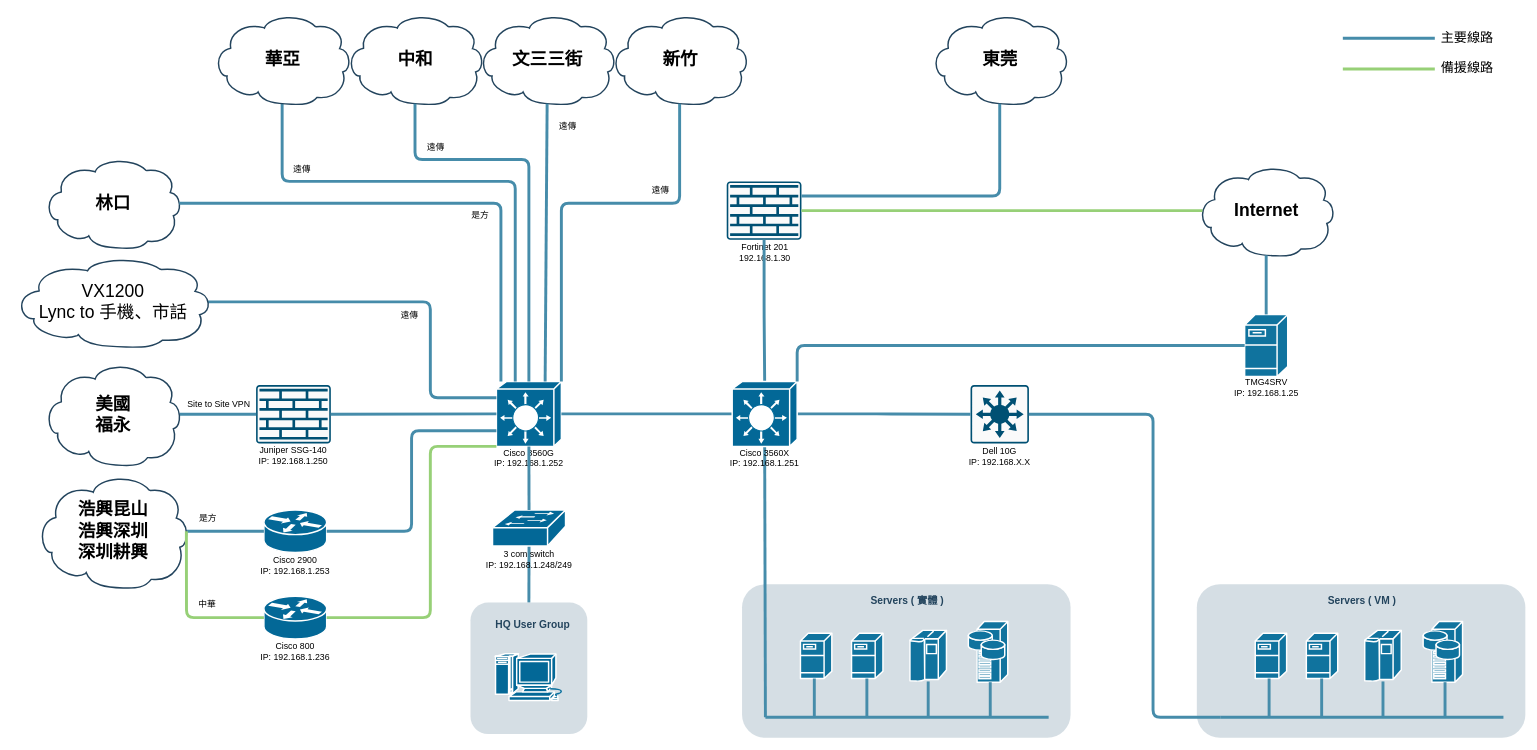
The draw.io diagram HQ-V3.drawio in KevinKuo2519/AI-Prpgram, before the edit. Source tidied: cells renumbered, new cells numbered last; positions are measured from the earlier drawing's top-left corner, leaving out a move shared by most shapes. Both pictures are drawn from the tidied source at 73%, with x=0, y=0 at pixel (13, 13).
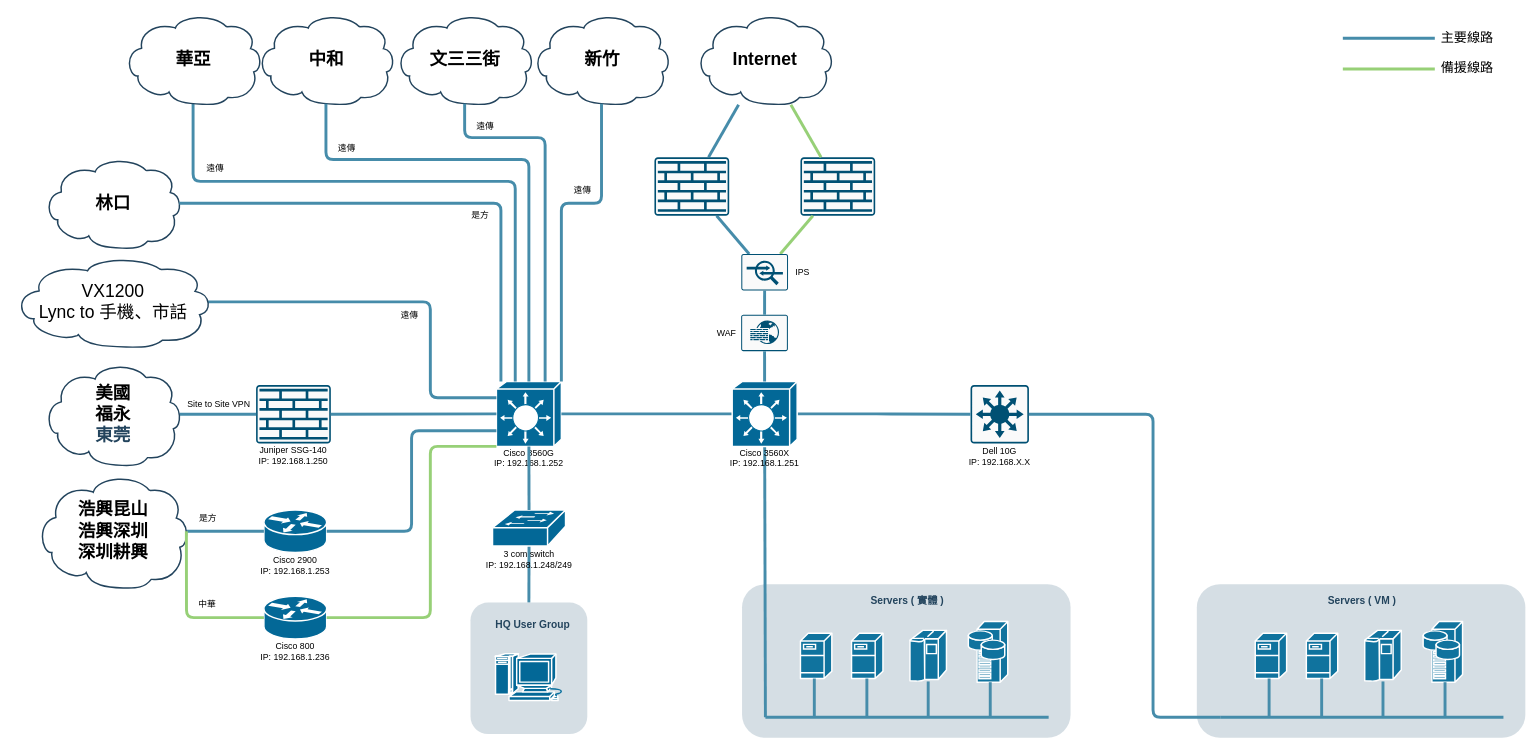
Above is the later version.

Unchanged cells that the change refers to:
```xml
<mxCell id="19" style="shape=mxgraph.cisco.switches.layer_3_switch;sketch=0;html=1;dashed=0;fillColor=#036897;strokeColor=#ffffff;strokeWidth=2;verticalLabelPosition=bottom;verticalAlign=top;align=center;outlineConnect=0;points=[[0,0.25,0,0,0],[0,0.5,0,0,0],[0,0.76,0,0,0],[0,1,0,0,0],[0.07,0,0,0,0],[0.29,0,0,0,0],[0.5,0,0,0,0],[0.5,1,0,0,0],[0.75,0,0,0,0],[0.95,0.94,0,0,0],[1,0,0,0,0],[1,0.5,0,0,0]];" parent="18" vertex="1">
  <mxGeometry x="10.5" width="89" height="89" as="geometry" />
</mxCell>
<mxCell id="67" style="shape=mxgraph.cisco.switches.layer_3_switch;sketch=0;html=1;dashed=0;fillColor=#036897;strokeColor=#ffffff;strokeWidth=2;verticalLabelPosition=bottom;verticalAlign=top;align=center;outlineConnect=0;" parent="66" vertex="1">
  <mxGeometry x="10.5" width="89" height="89" as="geometry" />
</mxCell>
```

Diff of the diagram source:
```diff
@@
-    <mxCell id="33" style="group;" parent="1" vertex="1">
-      <mxGeometry x="976.5" y="230" width="105" height="112" as="geometry" />
-    </mxCell>
-    <mxCell id="34" style="sketch=0;points=[[0.015,0.015,0],[0.985,0.015,0],[0.985,0.985,0],[0.015,0.985,0],[0.25,0,0],[0.5,0,0],[0.75,0,0],[1,0.25,0],[1,0.5,0],[1,0.75,0],[0.75,1,0],[0.5,1,0],[0.25,1,0],[0,0.75,0],[0,0.5,0],[0,0.25,0]];verticalLabelPosition=bottom;html=1;verticalAlign=top;align=center;shape=mxgraph.cisco19.rect;prIcon=firewall;fillColor=#FAFAFA;strokeColor=#005073;" parent="33" vertex="1">
-      <mxGeometry x="0.5" width="102.4" height="80" as="geometry" />
-    </mxCell>
-    <mxCell id="35" value="Fortinet 201&lt;br&gt;192.168.1.30" style="text;html=1;strokeColor=none;fillColor=none;align=center;verticalAlign=middle;whiteSpace=wrap;rounded=0;" parent="33" vertex="1">
-      <mxGeometry y="82" width="105" height="30" as="geometry" />
-    </mxCell>
@@
-    <mxCell id="37" style="rounded=1;jettySize=auto;html=1;entryX=0.5;entryY=0;entryDx=0;entryDy=0;entryPerimeter=0;endArrow=none;endFill=0;strokeWidth=4;strokeColor=#468CAA;edgeStyle=orthogonalEdgeStyle;exitX=0.5;exitY=1;exitDx=0;exitDy=0;exitPerimeter=0;" parent="1" edge="1" source="34" target="67">
+    <mxCell id="37" style="rounded=1;jettySize=auto;html=1;endArrow=none;endFill=0;strokeWidth=4;strokeColor=#468CAA;" parent="1" edge="1" source="106" target="111">
       <mxGeometry relative="1" as="geometry" />
     </mxCell>
@@
-    <mxCell id="70" value="&lt;p style=&quot;margin-top: 0pt; margin-bottom: 0pt; margin-left: 0in; direction: ltr; unicode-bidi: embed; word-break: normal; font-size: 23px;&quot;&gt;&lt;/p&gt;&lt;p style=&quot;margin-top: 0pt; margin-bottom: 0pt; margin-left: 0in; direction: ltr; unicode-bidi: embed; word-break: normal;&quot;&gt;&lt;span style=&quot;font-size: 18pt; color: rgb(0, 0, 0); background-color: initial;&quot;&gt;美國&lt;/span&gt;&lt;br&gt;&lt;/p&gt;&lt;p style=&quot;margin-top: 0pt; margin-bottom: 0pt; margin-left: 0in; direction: ltr; unicode-bidi: embed; word-break: normal;&quot;&gt;&lt;span style=&quot;color: rgb(0, 0, 0); font-size: 18pt; background-color: initial;&quot;&gt;福永&lt;/span&gt;&lt;font color=&quot;#000000&quot;&gt;&lt;br&gt;&lt;/font&gt;&lt;/p&gt;" style="shape=mxgraph.cisco.storage.cloud;html=1;dashed=0;strokeColor=#23445D;fillColor=#ffffff;strokeWidth=2;fontFamily=Helvetica;fontSize=24;fontColor=#23445D;align=center;fontStyle=1;" parent="1" vertex="1">
+    <mxCell id="70" value="&lt;p style=&quot;margin-top: 0pt; margin-bottom: 0pt; margin-left: 0in; direction: ltr; unicode-bidi: embed; word-break: normal; font-size: 23px;&quot;&gt;&lt;/p&gt;&lt;p style=&quot;margin-top: 0pt; margin-bottom: 0pt; margin-left: 0in; direction: ltr; unicode-bidi: embed; word-break: normal;&quot;&gt;&lt;span style=&quot;font-size: 18pt; color: rgb(0, 0, 0); background-color: initial;&quot;&gt;美國&lt;/span&gt;&lt;br&gt;&lt;/p&gt;&lt;p style=&quot;margin-top: 0pt; margin-bottom: 0pt; margin-left: 0in; direction: ltr; unicode-bidi: embed; word-break: normal;&quot;&gt;&lt;span style=&quot;color: rgb(0, 0, 0); font-size: 18pt; background-color: initial;&quot;&gt;福永&lt;/span&gt;&lt;font color=&quot;#000000&quot;&gt;&lt;br&gt;&lt;/font&gt;&lt;/p&gt;&lt;p style=&quot;margin-top: 0pt; margin-bottom: 0pt; margin-left: 0in; direction: ltr; unicode-bidi: embed; word-break: normal;&quot;&gt;東莞&lt;span style=&quot;color: rgb(0, 0, 0); font-size: 18pt; background-color: initial;&quot;&gt;&lt;br&gt;&lt;/span&gt;&lt;/p&gt;" style="shape=mxgraph.cisco.storage.cloud;html=1;dashed=0;strokeColor=#23445D;fillColor=#ffffff;strokeWidth=2;fontFamily=Helvetica;fontSize=24;fontColor=#23445D;align=center;fontStyle=1;" parent="1" vertex="1">
       <mxGeometry x="41" y="478.2" width="190" height="141.5" as="geometry" />
     </mxCell>
@@
     <mxCell id="73" value="&lt;p style=&quot;margin-top: 0pt; margin-bottom: 0pt; margin-left: 0in; direction: ltr; unicode-bidi: embed; word-break: normal; font-size: 23px;&quot;&gt;&lt;/p&gt;&lt;p style=&quot;margin-top: 0pt; margin-bottom: 0pt; margin-left: 0in; direction: ltr; unicode-bidi: embed; word-break: normal;&quot;&gt;&lt;font color=&quot;#000000&quot;&gt;Internet&lt;/font&gt;&lt;/p&gt;" style="shape=mxgraph.cisco.storage.cloud;html=1;dashed=0;strokeColor=#23445D;fillColor=#ffffff;strokeWidth=2;fontFamily=Helvetica;fontSize=24;fontColor=#23445D;align=center;fontStyle=1;" parent="1" vertex="1">
-      <mxGeometry x="1621" y="207.5" width="190" height="125" as="geometry" />
+      <mxGeometry x="934" width="190" height="125" as="geometry" />
     </mxCell>
-    <mxCell id="74" style="rounded=1;jettySize=auto;html=1;exitX=1;exitY=0.5;exitDx=0;exitDy=0;exitPerimeter=0;strokeColor=#97D077;endArrow=none;endFill=0;strokeWidth=4;entryX=0.04;entryY=0.5;entryDx=0;entryDy=0;entryPerimeter=0;" parent="1" edge="1" source="34" target="73">
-      <mxGeometry relative="1" as="geometry" />
-    </mxCell>
-    <mxCell id="75" style="group;" parent="1" vertex="1">
-      <mxGeometry x="1663.5" y="412.2" width="105" height="115.5" as="geometry" />
-    </mxCell>
-    <mxCell id="76" style="shape=mxgraph.cisco.servers.fileserver;html=1;dashed=0;fillColor=#10739E;strokeColor=#ffffff;strokeWidth=2;verticalLabelPosition=bottom;verticalAlign=top;fontFamily=Helvetica;fontSize=36;fontColor=#FFB366;" parent="75" vertex="1">
-      <mxGeometry x="23" width="59" height="85" as="geometry" />
-    </mxCell>
-    <mxCell id="77" value="TMG4SRV&lt;br&gt;IP: 192.168.1.25" style="text;html=1;strokeColor=none;fillColor=none;align=center;verticalAlign=middle;whiteSpace=wrap;rounded=0;" parent="75" vertex="1">
-      <mxGeometry y="85.5" width="105" height="30" as="geometry" />
-    </mxCell>
-    <mxCell id="78" style="rounded=1;jettySize=auto;html=1;exitX=0.5;exitY=0;exitDx=0;exitDy=0;exitPerimeter=0;entryX=0.5;entryY=0.99;entryDx=0;entryDy=0;entryPerimeter=0;endArrow=none;endFill=0;strokeColor=#468CAA;strokeWidth=4;" parent="1" edge="1" source="76" target="73">
+    <mxCell id="78" style="rounded=1;jettySize=auto;html=1;endArrow=none;endFill=0;strokeColor=#468CAA;strokeWidth=4;" parent="1" edge="1" source="106" target="73">
       <mxGeometry relative="1" as="geometry" />
     </mxCell>
@@
-    <mxCell id="81" style="rounded=1;jettySize=auto;html=1;exitX=0;exitY=0.5;exitDx=0;exitDy=0;exitPerimeter=0;entryX=1;entryY=0;entryDx=0;entryDy=0;entryPerimeter=0;endArrow=none;endFill=0;strokeWidth=4;strokeColor=#468CAA;edgeStyle=orthogonalEdgeStyle;" parent="1" edge="1" source="76" target="67">
-      <mxGeometry relative="1" as="geometry" />
-    </mxCell>
@@
-    <mxCell id="88" value="&lt;p style=&quot;margin-top: 0pt; margin-bottom: 0pt; margin-left: 0in; direction: ltr; unicode-bidi: embed; word-break: normal; font-size: 23px;&quot;&gt;&lt;/p&gt;&lt;p style=&quot;margin-top: 0pt; margin-bottom: 0pt; margin-left: 0in; direction: ltr; unicode-bidi: embed; word-break: normal;&quot;&gt;&lt;span style=&quot;color: rgb(0, 0, 0); background-color: initial;&quot;&gt;東莞&lt;/span&gt;&lt;br&gt;&lt;/p&gt;" style="shape=mxgraph.cisco.storage.cloud;html=1;dashed=0;strokeColor=#23445D;fillColor=#ffffff;strokeWidth=2;fontFamily=Helvetica;fontSize=24;fontColor=#23445D;align=center;fontStyle=1;" parent="1" vertex="1">
-      <mxGeometry x="1256" width="190" height="125" as="geometry" />
-    </mxCell>
-    <mxCell id="89" style="rounded=1;jettySize=auto;html=1;exitX=1;exitY=0.25;exitDx=0;exitDy=0;exitPerimeter=0;entryX=0.5;entryY=0.99;entryDx=0;entryDy=0;entryPerimeter=0;endArrow=none;endFill=0;strokeColor=#468CAA;strokeWidth=4;edgeStyle=elbowEdgeStyle;" parent="1" edge="1" source="34" target="88">
-      <mxGeometry relative="1" as="geometry">
-        <Array as="points">
-          <mxPoint x="1351" y="190" />
-        </Array>
-      </mxGeometry>
-    </mxCell>
@@
     <mxCell id="91" value="&lt;p style=&quot;margin-top: 0pt; margin-bottom: 0pt; margin-left: 0in; direction: ltr; unicode-bidi: embed; word-break: normal; font-size: 23px;&quot;&gt;&lt;/p&gt;&lt;p style=&quot;margin-top: 0pt; margin-bottom: 0pt; margin-left: 0in; direction: ltr; unicode-bidi: embed; word-break: normal;&quot;&gt;&lt;font color=&quot;#000000&quot;&gt;華亞&lt;/font&gt;&lt;/p&gt;" style="shape=mxgraph.cisco.storage.cloud;html=1;dashed=0;strokeColor=#23445D;fillColor=#ffffff;strokeWidth=2;fontFamily=Helvetica;fontSize=24;fontColor=#23445D;align=center;fontStyle=1;" parent="1" vertex="1">
-      <mxGeometry x="273" width="190" height="125" as="geometry" />
+      <mxGeometry x="151" width="190" height="125" as="geometry" />
     </mxCell>
     <mxCell id="92" value="&lt;p style=&quot;margin-top: 0pt; margin-bottom: 0pt; margin-left: 0in; direction: ltr; unicode-bidi: embed; word-break: normal; font-size: 23px;&quot;&gt;&lt;/p&gt;&lt;p style=&quot;margin-top: 0pt; margin-bottom: 0pt; margin-left: 0in; direction: ltr; unicode-bidi: embed; word-break: normal;&quot;&gt;&lt;font color=&quot;#000000&quot;&gt;中和&lt;/font&gt;&lt;/p&gt;" style="shape=mxgraph.cisco.storage.cloud;html=1;dashed=0;strokeColor=#23445D;fillColor=#ffffff;strokeWidth=2;fontFamily=Helvetica;fontSize=24;fontColor=#23445D;align=center;fontStyle=1;" parent="1" vertex="1">
-      <mxGeometry x="455" width="190" height="125" as="geometry" />
+      <mxGeometry x="333" width="190" height="125" as="geometry" />
     </mxCell>
     <mxCell id="93" value="&lt;p style=&quot;margin-top: 0pt; margin-bottom: 0pt; margin-left: 0in; direction: ltr; unicode-bidi: embed; word-break: normal; font-size: 23px;&quot;&gt;&lt;/p&gt;&lt;p style=&quot;margin-top: 0pt; margin-bottom: 0pt; margin-left: 0in; direction: ltr; unicode-bidi: embed; word-break: normal;&quot;&gt;&lt;span style=&quot;background-color: initial; font-size: 18pt; color: rgb(0, 0, 0);&quot;&gt;文三三街&lt;/span&gt;&lt;br&gt;&lt;/p&gt;" style="shape=mxgraph.cisco.storage.cloud;html=1;dashed=0;strokeColor=#23445D;fillColor=#ffffff;strokeWidth=2;fontFamily=Helvetica;fontSize=24;fontColor=#23445D;align=center;fontStyle=1;" parent="1" vertex="1">
-      <mxGeometry x="636" width="190" height="125" as="geometry" />
+      <mxGeometry x="523" width="190" height="125" as="geometry" />
     </mxCell>
     <mxCell id="94" value="&lt;p style=&quot;margin-top: 0pt; margin-bottom: 0pt; margin-left: 0in; direction: ltr; unicode-bidi: embed; word-break: normal; font-size: 23px;&quot;&gt;&lt;/p&gt;&lt;p style=&quot;margin-top: 0pt; margin-bottom: 0pt; margin-left: 0in; direction: ltr; unicode-bidi: embed; word-break: normal;&quot;&gt;&lt;span style=&quot;background-color: initial; font-size: 18pt; color: rgb(0, 0, 0);&quot;&gt;新竹&lt;/span&gt;&lt;br&gt;&lt;/p&gt;" style="shape=mxgraph.cisco.storage.cloud;html=1;dashed=0;strokeColor=#23445D;fillColor=#ffffff;strokeWidth=2;fontFamily=Helvetica;fontSize=24;fontColor=#23445D;align=center;fontStyle=1;" parent="1" vertex="1">
-      <mxGeometry x="817.5" width="190" height="125" as="geometry" />
+      <mxGeometry x="710.5" width="190" height="125" as="geometry" />
     </mxCell>
@@
-    <mxCell id="96" style="rounded=1;jettySize=auto;html=1;exitX=0.5;exitY=0.99;exitDx=0;exitDy=0;exitPerimeter=0;entryX=0.75;entryY=0;entryDx=0;entryDy=0;entryPerimeter=0;strokeColor=#468CAA;strokeWidth=4;endArrow=none;endFill=0;" parent="1" edge="1" source="93" target="19">
-      <mxGeometry relative="1" as="geometry" />
+    <mxCell id="96" style="rounded=1;jettySize=auto;html=1;exitX=0.5;exitY=0.99;exitDx=0;exitDy=0;exitPerimeter=0;entryX=0.75;entryY=0;entryDx=0;entryDy=0;entryPerimeter=0;strokeColor=#468CAA;strokeWidth=4;endArrow=none;endFill=0;edgeStyle=elbowEdgeStyle;elbow=vertical;" parent="1" edge="1" source="93" target="19">
+      <mxGeometry relative="1" as="geometry">
+        <Array as="points">
+          <mxPoint x="671" y="170" />
+        </Array>
+      </mxGeometry>
     </mxCell>
@@
     <mxCell id="100" value="遠傳" style="text;html=1;align=center;verticalAlign=middle;strokeColor=none;fillColor=none;" parent="1" vertex="1">
-      <mxGeometry x="553" y="168" width="50" height="30" as="geometry" />
+      <mxGeometry x="431" y="170" width="50" height="30" as="geometry" />
     </mxCell>
     <mxCell id="101" value="遠傳" style="text;html=1;align=center;verticalAlign=middle;strokeColor=none;fillColor=none;" parent="1" vertex="1">
-      <mxGeometry x="733.5" y="140" width="50" height="30" as="geometry" />
+      <mxGeometry x="621" y="140" width="50" height="30" as="geometry" />
     </mxCell>
     <mxCell id="102" value="遠傳" style="text;html=1;align=center;verticalAlign=middle;strokeColor=none;fillColor=none;" parent="1" vertex="1">
-      <mxGeometry x="861" y="228" width="50" height="30" as="geometry" />
+      <mxGeometry x="754" y="228" width="50" height="30" as="geometry" />
     </mxCell>
     <mxCell id="103" value="遠傳" style="text;html=1;align=center;verticalAlign=middle;strokeColor=none;fillColor=none;" parent="1" vertex="1">
-      <mxGeometry x="370" y="198" width="50" height="30" as="geometry" />
+      <mxGeometry x="251" y="197" width="50" height="30" as="geometry" />
     </mxCell>
@@
+    <mxCell id="106" style="sketch=0;points=[[0.015,0.015,0],[0.985,0.015,0],[0.985,0.985,0],[0.015,0.985,0],[0.25,0,0],[0.5,0,0],[0.75,0,0],[1,0.25,0],[1,0.5,0],[1,0.75,0],[0.75,1,0],[0.5,1,0],[0.25,1,0],[0,0.75,0],[0,0.5,0],[0,0.25,0]];verticalLabelPosition=bottom;html=1;verticalAlign=top;align=center;shape=mxgraph.cisco19.rect;prIcon=firewall;fillColor=#FAFAFA;strokeColor=#005073;" parent="1" vertex="1">
+      <mxGeometry x="878" y="197" width="102.4" height="80" as="geometry" />
+    </mxCell>
+    <mxCell id="107" style="sketch=0;points=[[0.015,0.015,0],[0.985,0.015,0],[0.985,0.985,0],[0.015,0.985,0],[0.25,0,0],[0.5,0,0],[0.75,0,0],[1,0.25,0],[1,0.5,0],[1,0.75,0],[0.75,1,0],[0.5,1,0],[0.25,1,0],[0,0.75,0],[0,0.5,0],[0,0.25,0]];verticalLabelPosition=bottom;html=1;verticalAlign=top;align=center;shape=mxgraph.cisco19.rect;prIcon=firewall;fillColor=#FAFAFA;strokeColor=#005073;" parent="1" vertex="1">
+      <mxGeometry x="1078" y="197" width="102.4" height="80" as="geometry" />
+    </mxCell>
+    <mxCell id="108" style="rounded=1;jettySize=auto;html=1;endArrow=none;endFill=0;strokeWidth=4;strokeColor=#97D077;" parent="1" edge="1" source="107" target="111">
+      <mxGeometry relative="1" as="geometry" />
+    </mxCell>
+    <mxCell id="109" style="rounded=1;jettySize=auto;html=1;endArrow=none;endFill=0;strokeWidth=4;strokeColor=#97D077;" parent="1" edge="1" source="73" target="107">
+      <mxGeometry relative="1" as="geometry" />
+    </mxCell>
+    <mxCell id="110" style="group;" parent="1" vertex="1">
+      <mxGeometry x="996.8" y="329.5" width="104.5" height="50" as="geometry" />
+    </mxCell>
+    <mxCell id="111" style="sketch=0;points=[[0.015,0.015,0],[0.985,0.015,0],[0.985,0.985,0],[0.015,0.985,0],[0.25,0,0],[0.5,0,0],[0.75,0,0],[1,0.25,0],[1,0.5,0],[1,0.75,0],[0.75,1,0],[0.5,1,0],[0.25,1,0],[0,0.75,0],[0,0.5,0],[0,0.25,0]];verticalLabelPosition=bottom;html=1;verticalAlign=top;align=center;shape=mxgraph.cisco19.rect;prIcon=ips_ids;fillColor=#FAFAFA;strokeColor=#005073;" parent="110" vertex="1">
+      <mxGeometry x="0.2" width="64" height="50" as="geometry" />
+    </mxCell>
+    <mxCell id="112" value="IPS" style="text;html=1;strokeColor=none;fillColor=none;align=center;verticalAlign=middle;whiteSpace=wrap;rounded=0;" parent="110" vertex="1">
+      <mxGeometry x="64.5" y="10" width="40" height="30" as="geometry" />
+    </mxCell>
+    <mxCell id="113" style="group;" parent="1" vertex="1">
+      <mxGeometry x="956.8" y="412.5" width="104" height="50" as="geometry" />
+    </mxCell>
+    <mxCell id="114" style="sketch=0;points=[[0.015,0.015,0],[0.985,0.015,0],[0.985,0.985,0],[0.015,0.985,0],[0.25,0,0],[0.5,0,0],[0.75,0,0],[1,0.25,0],[1,0.5,0],[1,0.75,0],[0.75,1,0],[0.5,1,0],[0.25,1,0],[0,0.75,0],[0,0.5,0],[0,0.25,0]];verticalLabelPosition=bottom;html=1;verticalAlign=top;align=center;shape=mxgraph.cisco19.rect;prIcon=web_application_firewall;fillColor=#FAFAFA;strokeColor=#005073;" parent="113" vertex="1">
+      <mxGeometry x="40" width="64" height="50" as="geometry" />
+    </mxCell>
+    <mxCell id="115" value="WAF" style="text;html=1;strokeColor=none;fillColor=none;align=center;verticalAlign=middle;whiteSpace=wrap;rounded=0;" parent="113" vertex="1">
+      <mxGeometry y="10" width="40" height="30" as="geometry" />
+    </mxCell>
+    <mxCell id="116" style="rounded=1;jettySize=auto;html=1;endArrow=none;endFill=0;strokeWidth=4;strokeColor=#468CAA;" parent="1" edge="1" source="111" target="114">
+      <mxGeometry relative="1" as="geometry" />
+    </mxCell>
+    <mxCell id="117" style="rounded=1;jettySize=auto;html=1;endArrow=none;endFill=0;strokeWidth=4;strokeColor=#468CAA;" parent="1" edge="1" source="114" target="67">
+      <mxGeometry relative="1" as="geometry" />
+    </mxCell>
```
